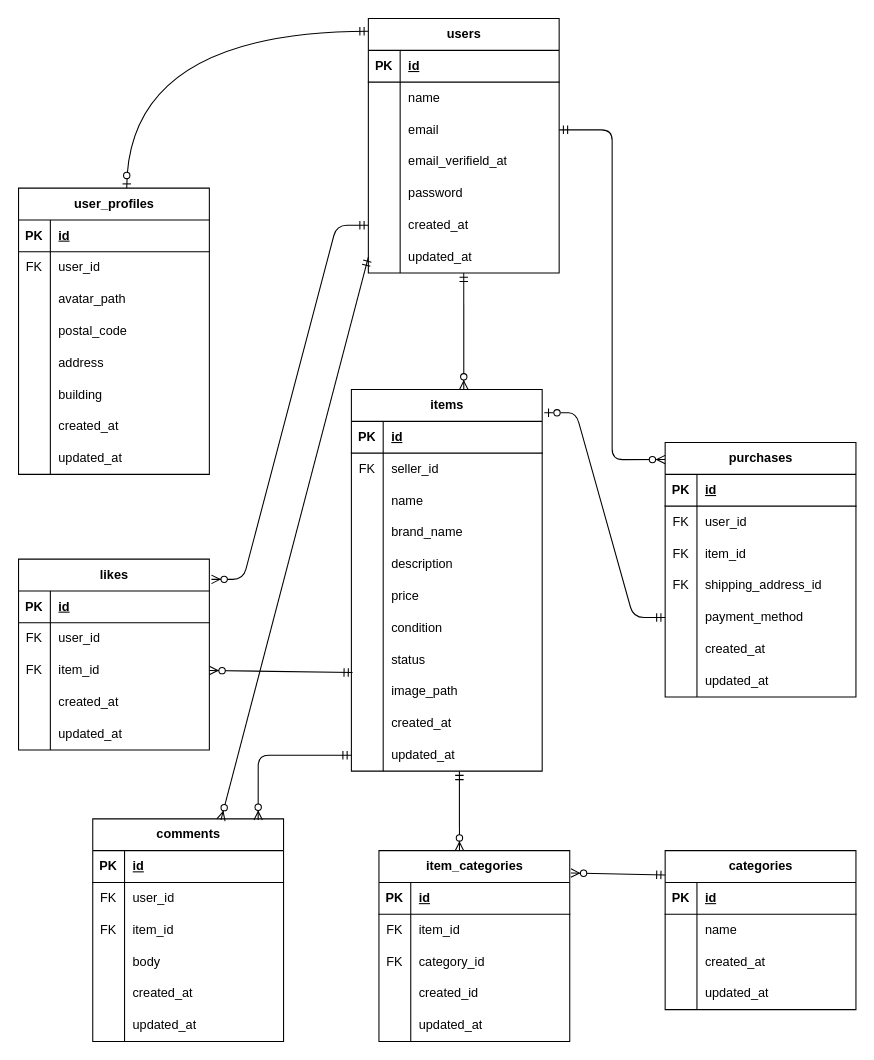
matsu-shima-130/freemarket-exam keeps this draw.io diagram as docs/er.drawio. Above is the earlier version. Source tidied: cells renumbered, new cells numbered last; positions are measured from the earlier drawing's top-left corner, leaving out a move shared by most shapes. Both pictures are drawn from the tidied source at 106%, with x=0, y=0 at pixel (18, 18).
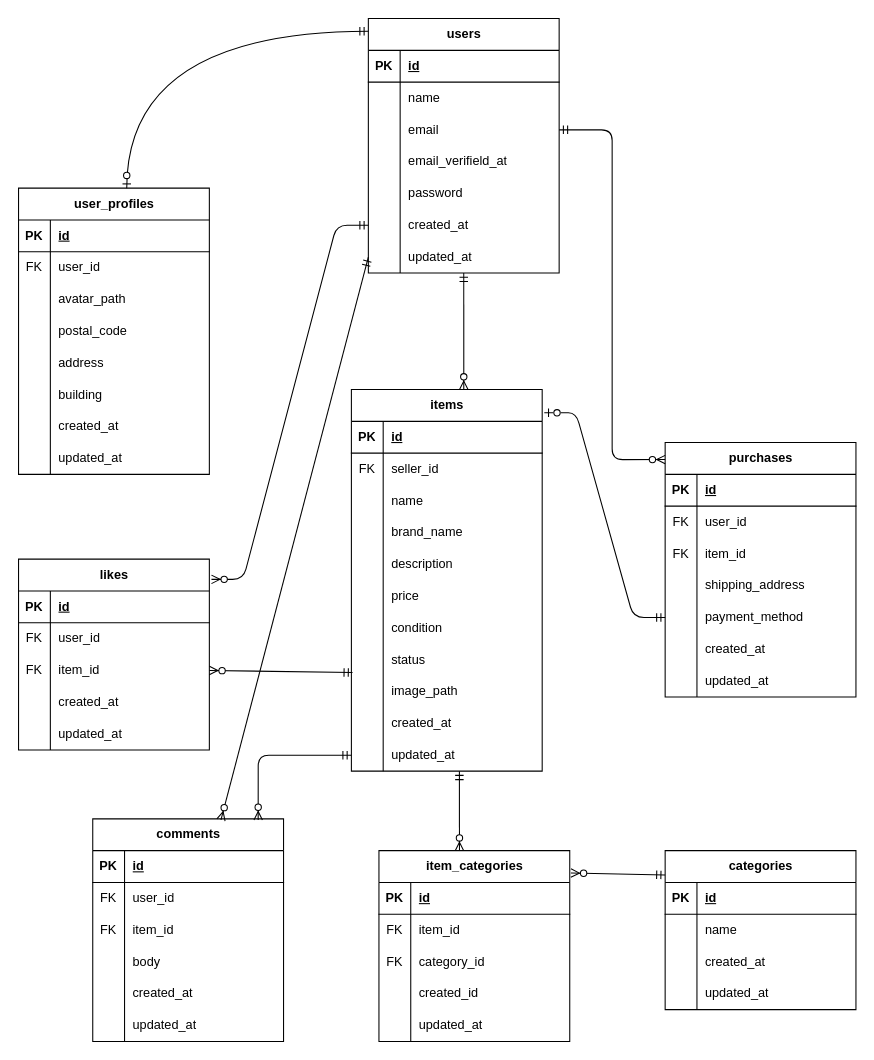
Above is the later version.

Unchanged cells that the change refers to:
```xml
<mxCell id="157" style="shape=tableRow;horizontal=0;startSize=0;swimlaneHead=0;swimlaneBody=0;fillColor=none;top=0;left=0;right=0;bottom=0;" parent="147" vertex="1">
  <mxGeometry y="120" width="180" height="30" as="geometry" />
</mxCell>
```

Change to the diagram source:
```diff
@@
-    <mxCell id="158" value="FK" style="shape=partialRectangle;fillColor=none;top=0;left=0;bottom=0;right=0;overflow=hidden;whiteSpace=wrap;html=1;" parent="157" vertex="1">
+    <mxCell id="158" style="shape=partialRectangle;fillColor=none;top=0;left=0;bottom=0;right=0;overflow=hidden;whiteSpace=wrap;html=1;" parent="157" vertex="1">
       <mxGeometry width="30" height="30" as="geometry" />
     </mxCell>
-    <mxCell id="159" value="shipping_address_id" style="shape=partialRectangle;fillColor=none;top=0;left=0;bottom=0;right=0;align=left;spacingLeft=6;overflow=hidden;whiteSpace=wrap;html=1;" parent="157" vertex="1">
+    <mxCell id="159" value="shipping_address" style="shape=partialRectangle;fillColor=none;top=0;left=0;bottom=0;right=0;align=left;spacingLeft=6;overflow=hidden;whiteSpace=wrap;html=1;" parent="157" vertex="1">
       <mxGeometry x="30" width="150" height="30" as="geometry" />
     </mxCell>
```
